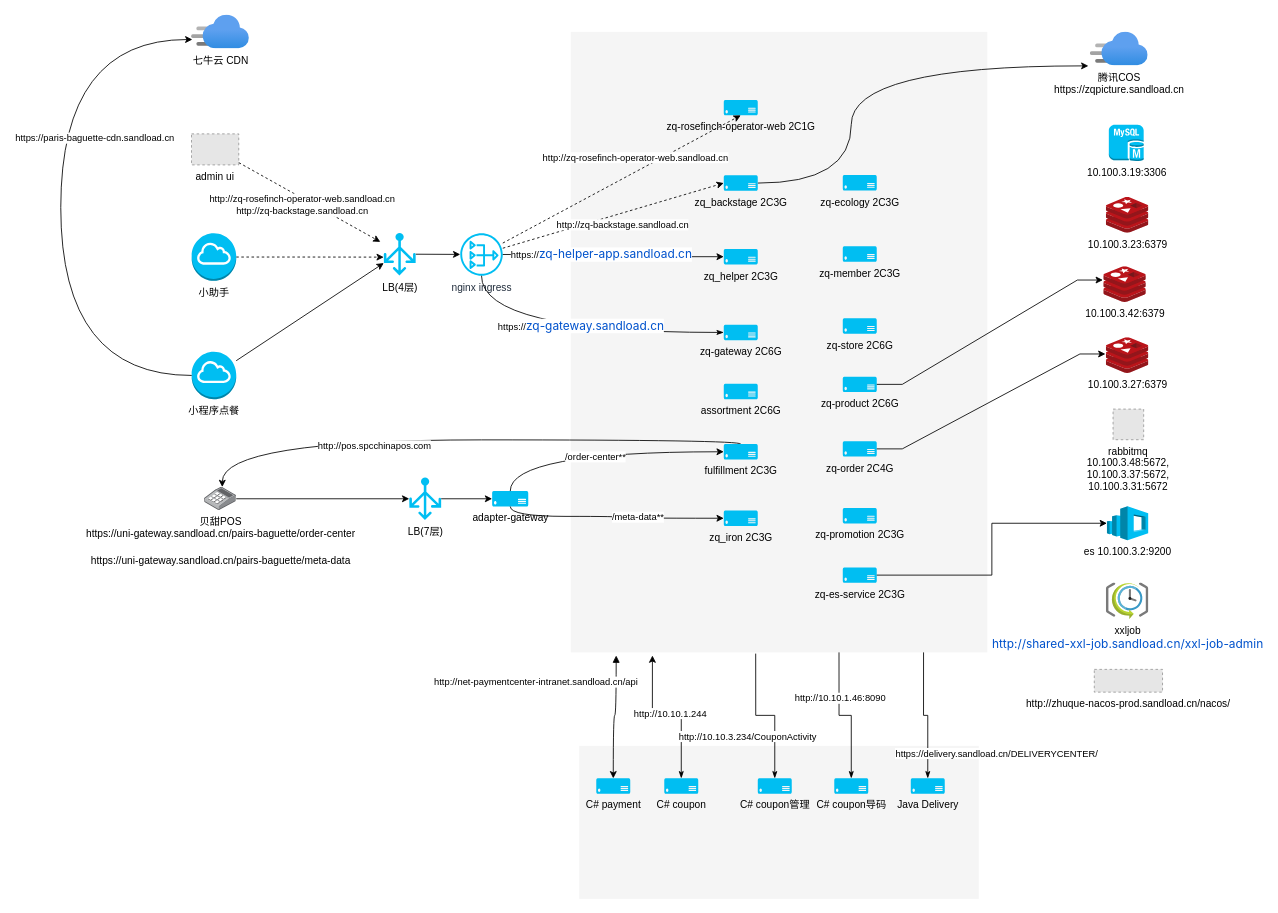
exm-x/draw.io keeps this draw.io diagram as page "贝甜拓扑" (1 of 2) of paris/未命名绘图.drawio. Above is the earlier version. Source tidied: cells renumbered, new cells numbered last; positions are measured from the earlier drawing's top-left corner, leaving out a move shared by most shapes. Both pictures are drawn from the tidied source at 85%, with x=0, y=0 at pixel (60, 14). Pictures stored in the file or linked from it are replaced by grey dashed boxes.
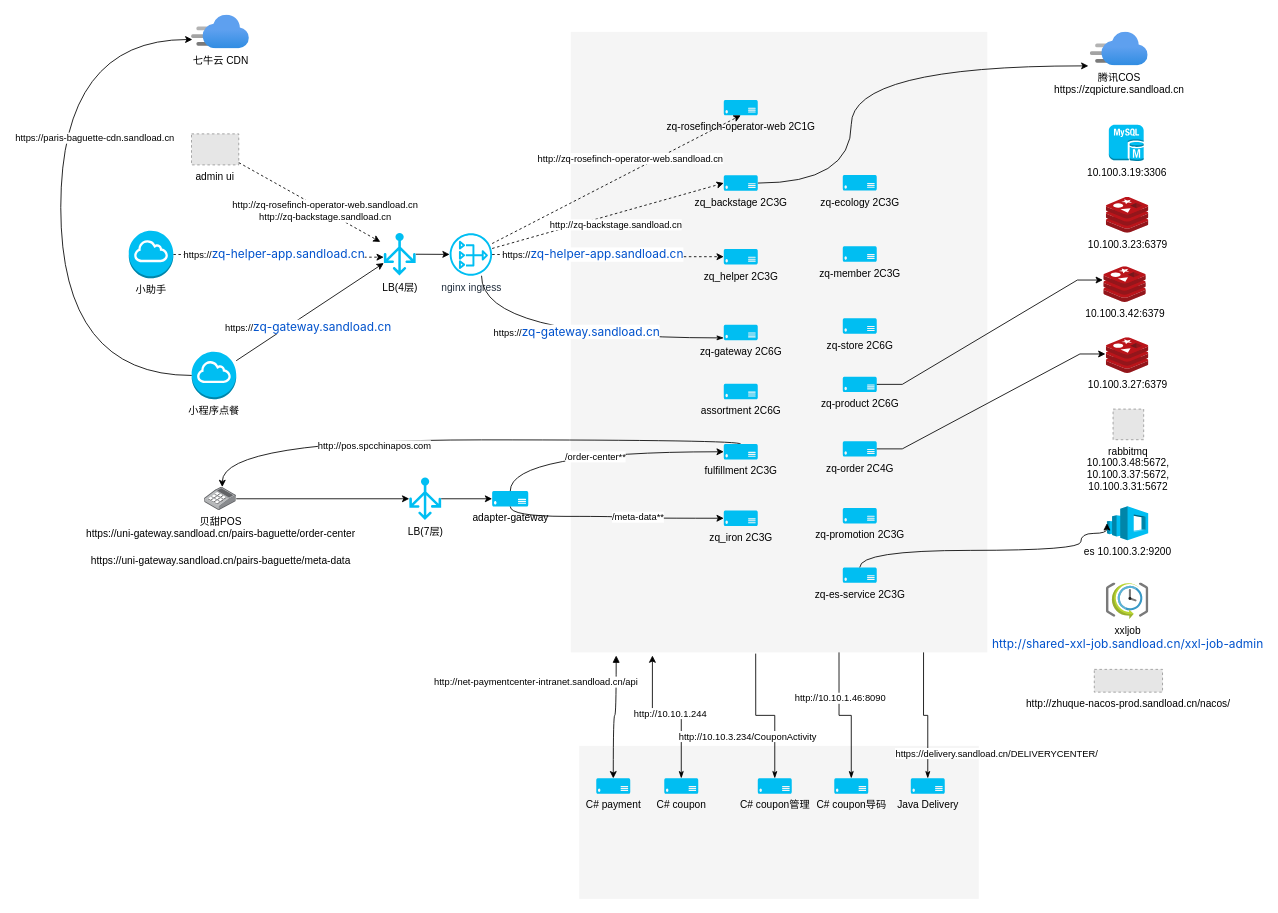
After the change.

The change refers to these unchanged cells:
```xml
<mxCell id="7" style="edgeStyle=orthogonalEdgeStyle;rounded=0;jettySize=auto;html=1;dashed=1;" parent="1" edge="1" source="8">
  <mxGeometry relative="1" as="geometry">
    <mxPoint x="380" y="285" as="targetPoint" />
  </mxGeometry>
</mxCell>
<mxCell id="14" value="es 10.100.3.2:9200" style="outlineConnect=0;dashed=0;verticalLabelPosition=bottom;verticalAlign=top;align=center;html=1;shape=mxgraph.aws3.elasticsearch_service;fillColor=#00BEF2;gradientColor=none;" parent="1" vertex="1">
  <mxGeometry x="1230.8" y="578.1" width="48.5" height="40" as="geometry" />
</mxCell>
<mxCell id="16" value="zq_helper 2C3G" style="verticalLabelPosition=bottom;html=1;verticalAlign=top;align=center;strokeColor=none;fillColor=#00BEF2;shape=mxgraph.azure.server;" parent="1" vertex="1">
  <mxGeometry x="780" y="275.4" width="40" height="18.2" as="geometry" />
</mxCell>
<mxCell id="19" value="zq-gateway 2C6G" style="verticalLabelPosition=bottom;html=1;verticalAlign=top;align=center;strokeColor=none;fillColor=#00BEF2;shape=mxgraph.azure.server;" parent="1" vertex="1">
  <mxGeometry x="780" y="364.5" width="40" height="18.2" as="geometry" />
</mxCell>
<mxCell id="42" value="zq-es-service 2C3G" style="verticalLabelPosition=bottom;html=1;verticalAlign=top;align=center;strokeColor=none;fillColor=#00BEF2;shape=mxgraph.azure.server;" parent="1" vertex="1">
  <mxGeometry x="920" y="650" width="40" height="18.2" as="geometry" />
</mxCell>
<mxCell id="71" style="rounded=0;jettySize=auto;html=1;entryX=0;entryY=0.71;entryDx=0;entryDy=0;entryPerimeter=0;" parent="1" edge="1" source="6" target="11">
  <mxGeometry relative="1" as="geometry" />
</mxCell>
<mxCell id="72" style="rounded=0;jettySize=auto;html=1;entryX=-0.107;entryY=0.211;entryDx=0;entryDy=0;entryPerimeter=0;dashed=1;" parent="1" edge="1" source="3" target="11">
  <mxGeometry relative="1" as="geometry" />
</mxCell>
```

Change to the diagram source:
```diff
@@
+    <mxCell id="80" value="https://&lt;a style=&quot;border-color: var(--border-color); color: rgb(0, 82, 204); text-decoration-line: none; font-family: -apple-system, BlinkMacSystemFont, &amp;quot;Segoe UI&amp;quot;, Roboto, Oxygen, Ubuntu, &amp;quot;Fira Sans&amp;quot;, &amp;quot;Droid Sans&amp;quot;, &amp;quot;Helvetica Neue&amp;quot;, sans-serif; font-size: 14px; text-align: left;&quot; rel=&quot;nofollow&quot; href=&quot;http://zq-helper-app-internal.sandload.cn/&quot; class=&quot;external-link&quot;&gt;zq-helper-app.sandload.cn&lt;/a&gt;" style="edgeLabel;html=1;align=center;verticalAlign=middle;" parent="7" vertex="1">
+      <mxGeometry x="-0.49" y="-3" relative="1" as="geometry">
+        <mxPoint x="54" y="-3" as="offset" />
+      </mxGeometry>
+    </mxCell>
     <mxCell id="8" value="小助手" style="outlineConnect=0;dashed=0;verticalLabelPosition=bottom;verticalAlign=top;align=center;html=1;shape=mxgraph.aws3.internet_gateway;fillColor=#00BEF2;gradientColor=none;" parent="1" vertex="1">
-      <mxGeometry x="154" y="256.9" width="52.4" height="56" as="geometry" />
+      <mxGeometry x="80" y="253.9" width="52.4" height="56" as="geometry" />
     </mxCell>
@@
     <mxCell id="15" value="nginx ingress" style="sketch=0;outlineConnect=0;fontColor=#232F3E;gradientColor=none;fillColor=#00BEF2;strokeColor=none;dashed=0;verticalLabelPosition=bottom;verticalAlign=top;align=center;html=1;fontSize=12;fontStyle=0;shape=mxgraph.aws4.nat_gateway;" parent="1" vertex="1">
-      <mxGeometry x="470" y="256.9" width="50" height="50" as="geometry" />
+      <mxGeometry x="457.5" y="256.9" width="50" height="50" as="geometry" />
     </mxCell>
@@
     <mxCell id="17" style="edgeStyle=orthogonalEdgeStyle;rounded=0;jettySize=auto;html=1;endArrow=none;endFill=0;startArrow=classicThin;startFill=1;curved=1;" parent="1" edge="1" source="19" target="15">
-      <mxGeometry relative="1" as="geometry" />
+      <mxGeometry relative="1" as="geometry">
+        <Array as="points">
+          <mxPoint x="495" y="380" />
+        </Array>
+      </mxGeometry>
     </mxCell>
@@
-    <mxCell id="43" style="edgeStyle=orthogonalEdgeStyle;rounded=0;jettySize=auto;html=1;entryX=0;entryY=0.5;entryDx=0;entryDy=0;entryPerimeter=0;" parent="1" edge="1" source="42" target="14">
-      <mxGeometry relative="1" as="geometry" />
+    <mxCell id="43" style="edgeStyle=orthogonalEdgeStyle;rounded=0;jettySize=auto;html=1;entryX=0;entryY=0.5;entryDx=0;entryDy=0;entryPerimeter=0;curved=1;" parent="1" edge="1" source="42" target="14">
+      <mxGeometry relative="1" as="geometry">
+        <Array as="points">
+          <mxPoint x="940" y="630" />
+          <mxPoint x="1200" y="630" />
+          <mxPoint x="1200" y="610" />
+          <mxPoint x="1231" y="610" />
+        </Array>
+      </mxGeometry>
     </mxCell>
@@
+    <mxCell id="81" value="https://&lt;a style=&quot;border-color: var(--border-color); color: rgb(0, 82, 204); text-decoration-line: none; font-family: -apple-system, BlinkMacSystemFont, &amp;quot;Segoe UI&amp;quot;, Roboto, Oxygen, Ubuntu, &amp;quot;Fira Sans&amp;quot;, &amp;quot;Droid Sans&amp;quot;, &amp;quot;Helvetica Neue&amp;quot;, sans-serif; font-size: 14px; text-align: left;&quot; rel=&quot;nofollow&quot; href=&quot;http://zq-gateway.sandload.cn/&quot; class=&quot;external-link&quot;&gt;zq-gateway.sandload.cn&lt;/a&gt;" style="edgeLabel;html=1;align=center;verticalAlign=middle;" parent="71" vertex="1">
+      <mxGeometry x="-0.43" y="1" relative="1" as="geometry">
+        <mxPoint x="35" y="-7" as="offset" />
+      </mxGeometry>
+    </mxCell>
@@
     <mxCell id="73" value="http://zq-rosefinch-operator-web.sandload.cn&lt;br&gt;http://zq-backstage.sandload.cn" style="edgeLabel;html=1;align=center;verticalAlign=middle;" parent="72" vertex="1">
-      <mxGeometry x="-0.26" y="-2" relative="1" as="geometry">
-        <mxPoint x="13" y="13" as="offset" />
+      <mxGeometry x="-0.22" y="1" relative="1" as="geometry">
+        <mxPoint x="36" y="21" as="offset" />
       </mxGeometry>
     </mxCell>
@@
-    <mxCell id="78" style="edgeStyle=orthogonalEdgeStyle;rounded=0;jettySize=auto;html=1;entryX=0;entryY=0.5;entryDx=0;entryDy=0;entryPerimeter=0;" parent="1" edge="1" source="15" target="16">
+    <mxCell id="78" style="edgeStyle=orthogonalEdgeStyle;rounded=0;jettySize=auto;html=1;entryX=0;entryY=0.5;entryDx=0;entryDy=0;entryPerimeter=0;dashed=1;" parent="1" edge="1" source="15" target="16">
       <mxGeometry relative="1" as="geometry" />
     </mxCell>
```
